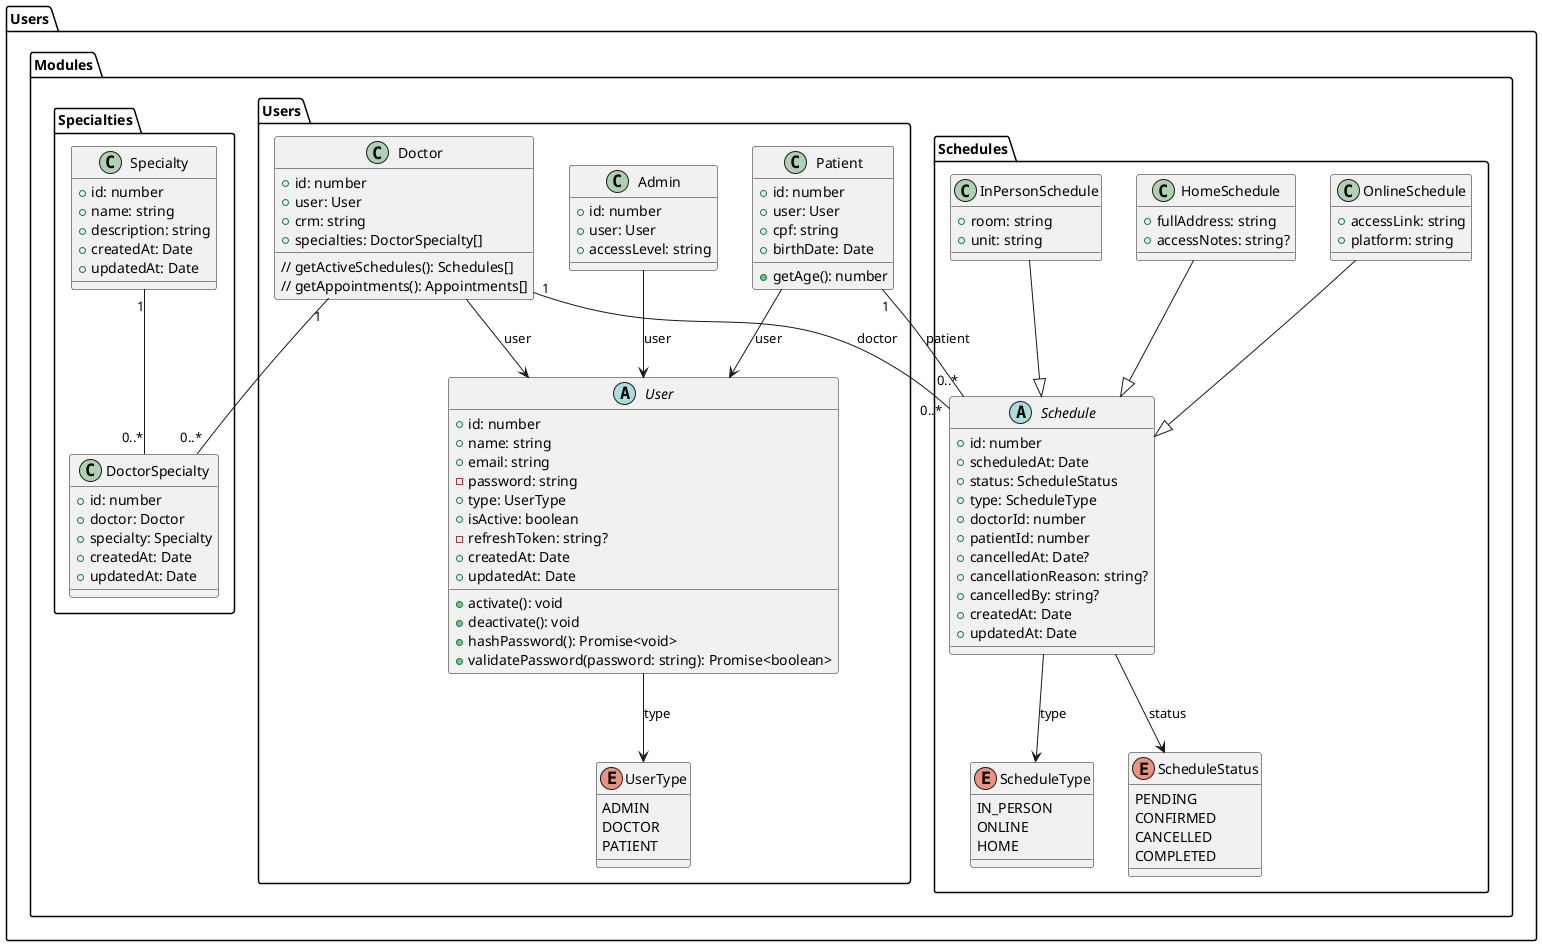
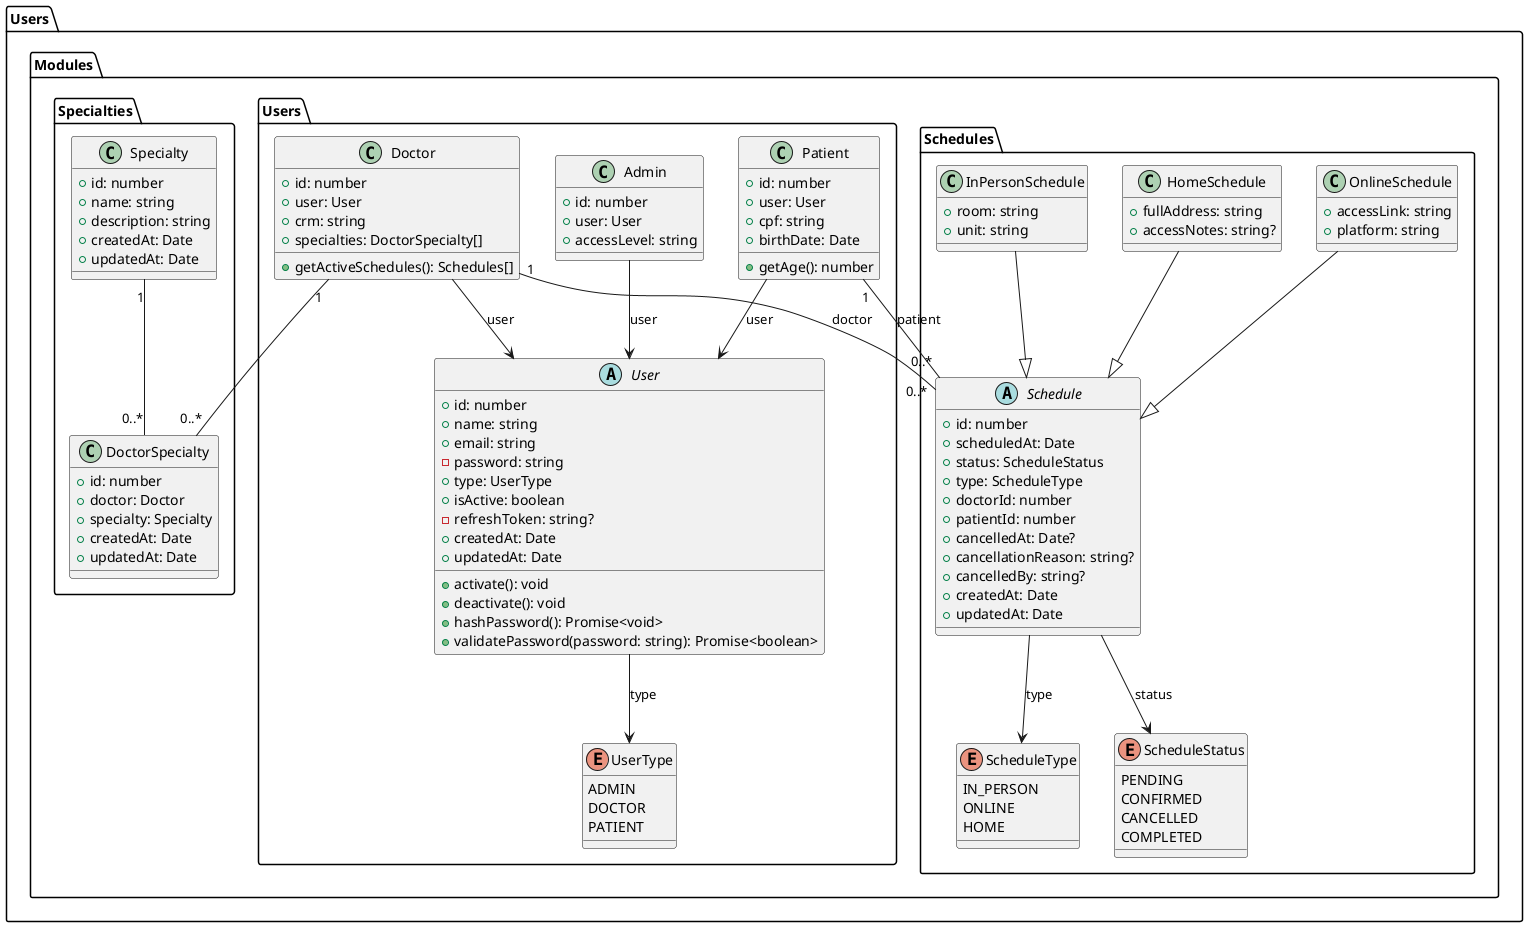
@startuml SGCM

package "Users" {

    package "Modules" {

        package "Users" {

            enum UserType {
                ADMIN
                DOCTOR
                PATIENT
            }

            abstract class User {
                +id: number
                +name: string
                +email: string
                -password: string
                +type: UserType
                +isActive: boolean
                -refreshToken: string?
                +createdAt: Date
                +updatedAt: Date

                +activate(): void
                +deactivate(): void
                +hashPassword(): Promise<void>
                +validatePassword(password: string): Promise<boolean>
            }

            User --> UserType : type

            class Patient {
                +id: number
                +user: User
                +cpf: string
                +birthDate: Date

                +getAge(): number
            }

            class Admin {
                +id: number
                +user: User
                +accessLevel: string
            }

            class Doctor {
                +id: number
                +user: User
                +crm: string
                +specialties: DoctorSpecialty[]

-                 // getActiveSchedules(): Schedules[]
-                 // getAppointments(): Appointments[]
+                 +getActiveSchedules(): Schedules[]
            }

            Patient --> User : user
            Admin --> User : user
            Doctor --> User : user

        }

        package "Specialties" {

            class Specialty {
                +id: number
                +name: string
                +description: string
                +createdAt: Date
                +updatedAt: Date
            }

            class DoctorSpecialty {
                +id: number
                +doctor: Doctor
                +specialty: Specialty
                +createdAt: Date
                +updatedAt: Date
            }

            Doctor "1" -- "0..*" DoctorSpecialty
            Specialty "1" -- "0..*" DoctorSpecialty
        }

        package "Schedules" {

            enum ScheduleStatus {
                PENDING
                CONFIRMED
                CANCELLED
                COMPLETED
            }

            enum ScheduleType {
                IN_PERSON
                ONLINE
                HOME
            }

            abstract class Schedule {
                +id: number
                +scheduledAt: Date
                +status: ScheduleStatus
                +type: ScheduleType
                +doctorId: number
                +patientId: number
                +cancelledAt: Date?
                +cancellationReason: string?
                +cancelledBy: string?
                +createdAt: Date
                +updatedAt: Date
            }

            Schedule --> ScheduleStatus : status
            Schedule --> ScheduleType : type

            class InPersonSchedule {
                +room: string
                +unit: string
            }

            class OnlineSchedule {
                +accessLink: string
                +platform: string
            }

            class HomeSchedule {
                +fullAddress: string
                +accessNotes: string?
            }

            InPersonSchedule --|> Schedule
            OnlineSchedule --|> Schedule
            HomeSchedule --|> Schedule

            Doctor "1" -- "0..*" Schedule : doctor
            Patient "1" -- "0..*" Schedule : patient
        }

    }

}

@enduml